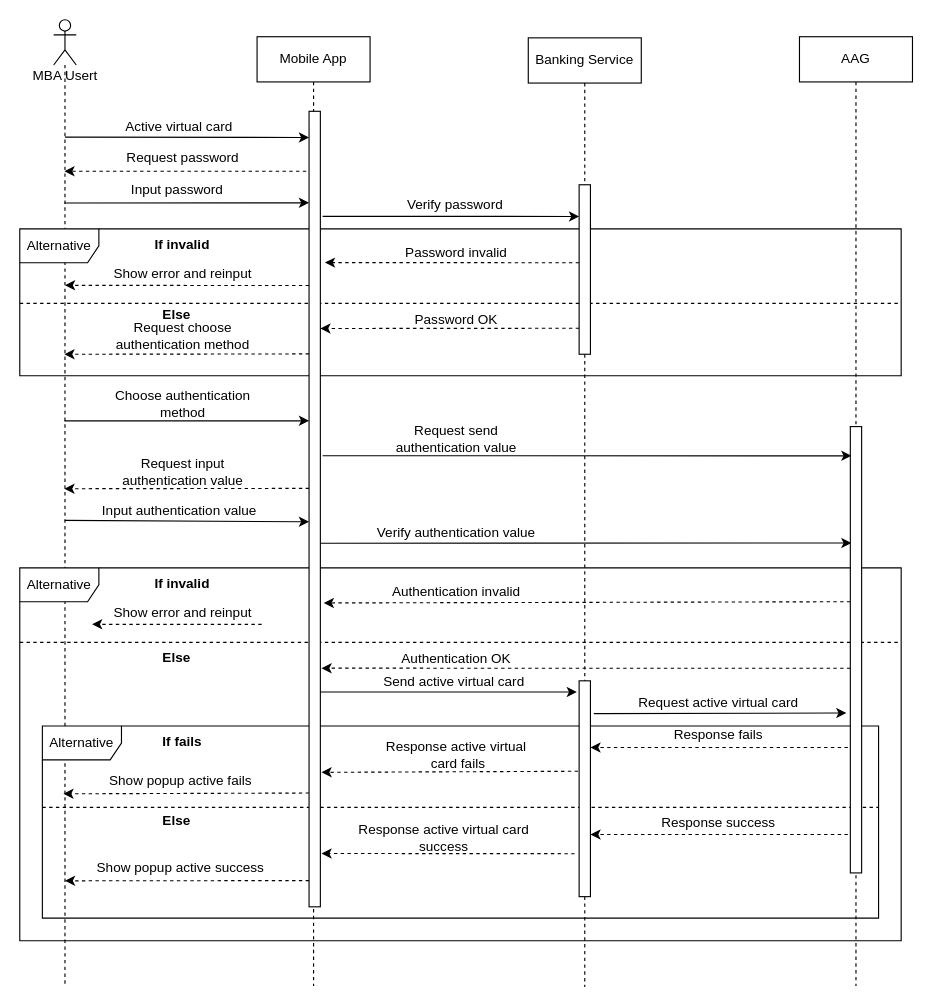
Before: page "Active-virtual-card" (5 of 13) of Sequence Diagram.drawio in lyminh1994/diagram, a draw.io diagram. Source tidied: cells renumbered, new cells numbered last; positions are measured from the earlier drawing's top-left corner, leaving out a move shared by most shapes. Both pictures are drawn from the tidied source at 113%, with x=0, y=0 at pixel (19, 19).
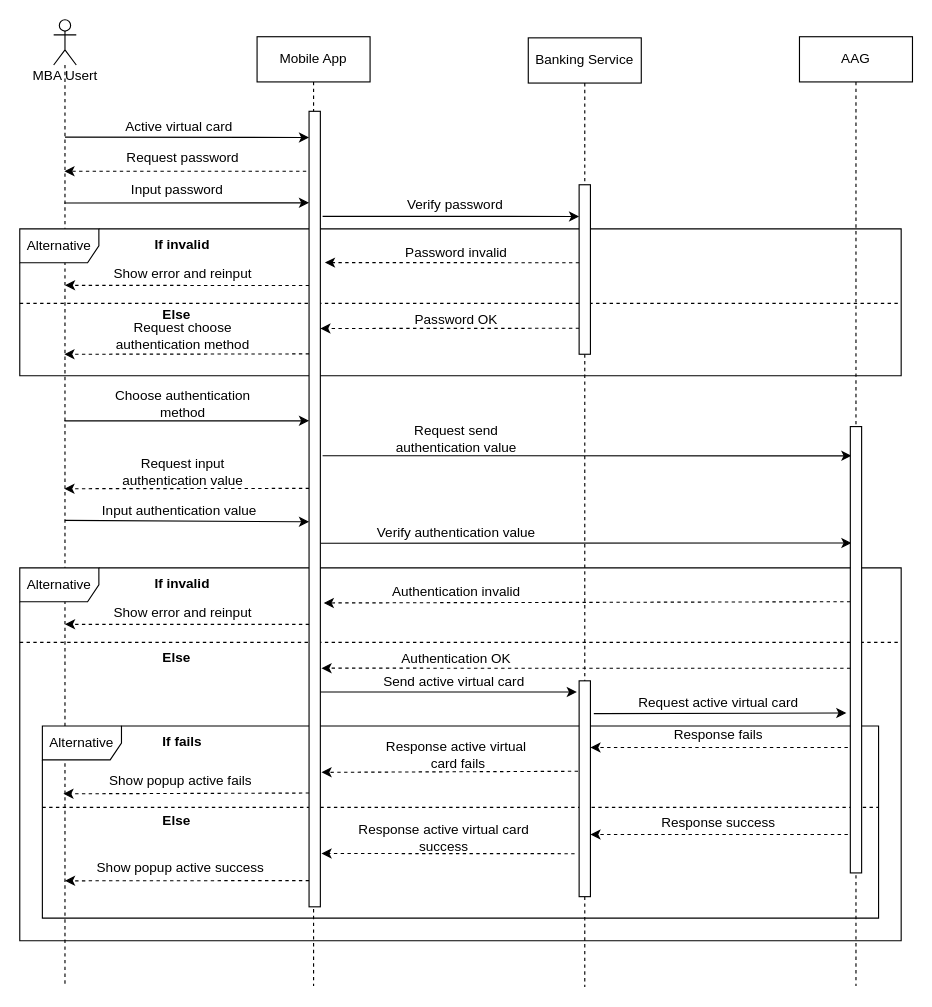
After the change.

The change refers to these unchanged cells:
```xml
<mxCell id="69" style="html=1;points=[];perimeter=orthogonalPerimeter;" parent="1" vertex="1">
  <mxGeometry x="256" y="81" width="10" height="704" as="geometry" />
</mxCell>
```

What changed in the source:
```diff
@@
-    <mxCell id="21" style="edgeStyle=none;rounded=0;orthogonalLoop=1;jettySize=auto;html=1;fontSize=12;dashed=1;" parent="1" edge="1">
+    <mxCell id="21" style="edgeStyle=none;rounded=0;jettySize=auto;html=1;fontSize=12;dashed=1;exitX=0;exitY=0.645;exitDx=0;exitDy=0;exitPerimeter=0;" parent="1" edge="1" source="69">
       <mxGeometry relative="1" as="geometry">
-        <mxPoint x="214" y="535" as="sourcePoint" />
-        <mxPoint x="64" y="535" as="targetPoint" />
+        <mxPoint x="40" y="535" as="targetPoint" />
       </mxGeometry>
     </mxCell>
```
